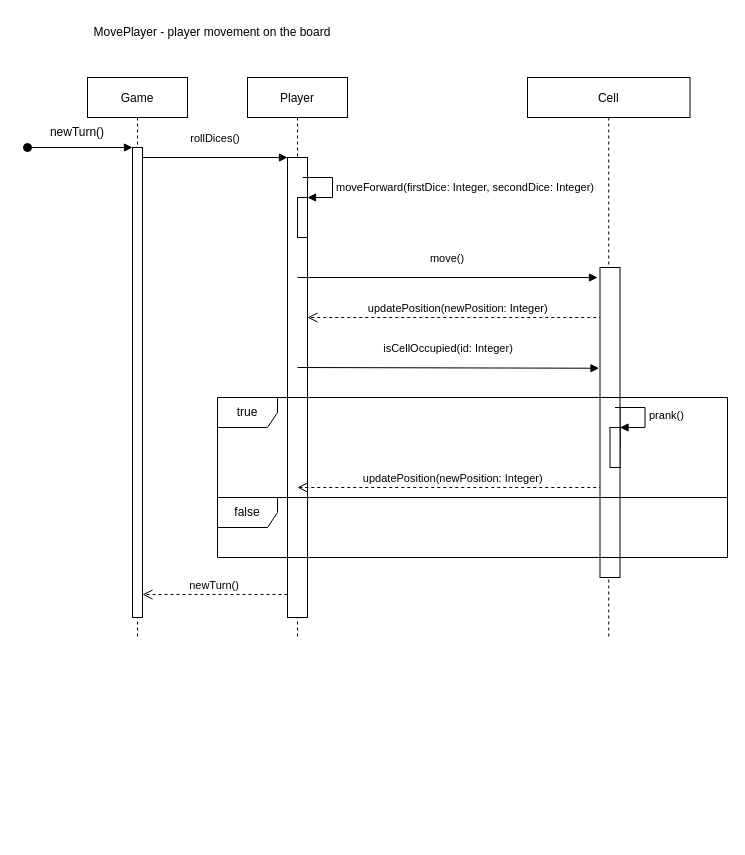
diegorodolfofranco/the-goose-game keeps this draw.io diagram as Diagrams/Sequence Diagrams/TheGooseGame_SD_movePlayer.drawio. Above is the earlier version. Source tidied: cells renumbered, new cells numbered last; positions are measured from the earlier drawing's top-left corner, leaving out a move shared by most shapes. Both pictures are drawn from the tidied source at 100%, with x=0, y=0 at pixel (27, 17).
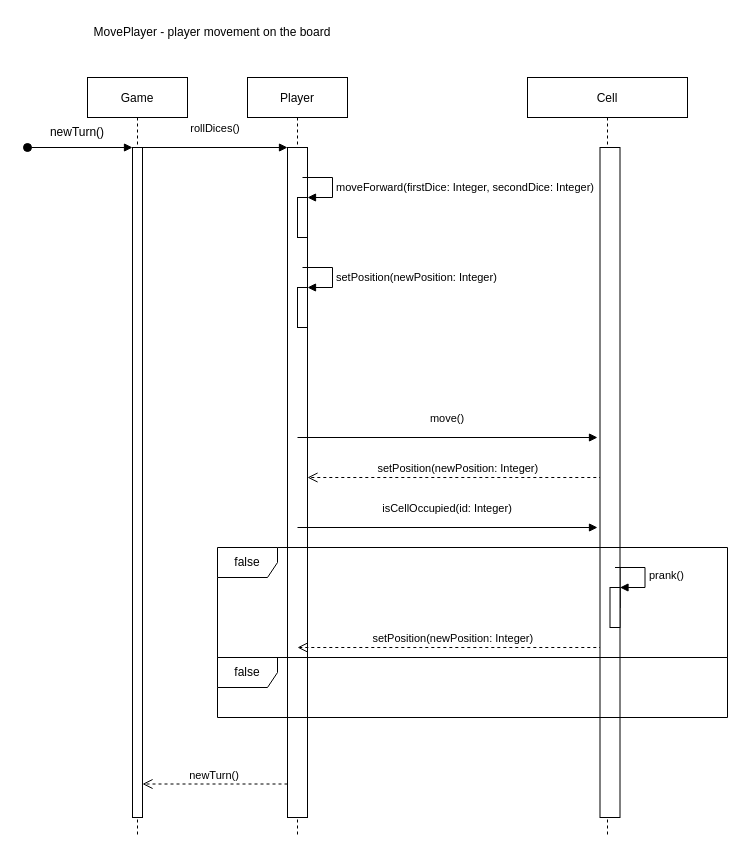
The same page after the edit.

The edit, as a diff of the source:
```diff
@@
     <mxCell id="2" value="Game" style="shape=umlLifeline;perimeter=lifelinePerimeter;rounded=0;shadow=0;strokeWidth=1;" parent="1" vertex="1">
-      <mxGeometry x="60" y="60" width="100" height="560" as="geometry" />
+      <mxGeometry x="60" y="60" width="100" height="760" as="geometry" />
     </mxCell>
     <mxCell id="3" style="points=[];perimeter=orthogonalPerimeter;rounded=0;shadow=0;strokeWidth=1;" parent="2" vertex="1">
-      <mxGeometry x="45" y="70" width="10" height="470" as="geometry" />
+      <mxGeometry x="45" y="70" width="10" height="670" as="geometry" />
     </mxCell>
@@
     <mxCell id="6" value="Player" style="shape=umlLifeline;perimeter=lifelinePerimeter;rounded=0;shadow=0;strokeWidth=1;" parent="1" vertex="1">
-      <mxGeometry x="220" y="60" width="100" height="560" as="geometry" />
+      <mxGeometry x="220" y="60" width="100" height="760" as="geometry" />
     </mxCell>
     <mxCell id="7" style="points=[];perimeter=orthogonalPerimeter;rounded=0;shadow=0;strokeWidth=1;" parent="6" vertex="1">
-      <mxGeometry x="40" y="80" width="20" height="460" as="geometry" />
+      <mxGeometry x="40" y="70" width="20" height="670" as="geometry" />
     </mxCell>
@@
-    <mxCell id="10" value="updatePosition(newPosition: Integer)" style="verticalAlign=bottom;endArrow=open;dashed=1;endSize=8;shadow=0;strokeWidth=1;" parent="6" edge="1" source="17">
+    <mxCell id="10" value="setPosition(newPosition: Integer)" style="verticalAlign=bottom;endArrow=open;dashed=1;endSize=8;shadow=0;strokeWidth=1;" parent="6" edge="1">
       <mxGeometry relative="1" as="geometry">
-        <mxPoint x="60" y="240" as="targetPoint" />
+        <mxPoint x="360.8" y="400" as="sourcePoint" />
+        <mxPoint x="60" y="400" as="targetPoint" />
       </mxGeometry>
     </mxCell>
     <mxCell id="11" style="html=1;perimeter=orthogonalPerimeter;" parent="6" vertex="1">
-      <mxGeometry x="362.5" y="330" width="10" height="40" as="geometry" />
+      <mxGeometry x="362.5" y="490" width="10" height="40" as="geometry" />
     </mxCell>
-    <mxCell id="12" value="updatePosition(newPosition: Integer)" style="verticalAlign=bottom;endArrow=open;dashed=1;endSize=8;shadow=0;strokeWidth=1;" parent="6" edge="1" source="17">
+    <mxCell id="12" value="setPosition(newPosition: Integer)" style="verticalAlign=bottom;endArrow=open;dashed=1;endSize=8;shadow=0;strokeWidth=1;" parent="6" edge="1">
       <mxGeometry relative="1" as="geometry">
-        <mxPoint x="50" y="410" as="targetPoint" />
+        <mxPoint x="360.8" y="570" as="sourcePoint" />
+        <mxPoint x="50" y="570" as="targetPoint" />
       </mxGeometry>
     </mxCell>
-    <mxCell id="13" value="isCellOccupied(id: Integer)" style="verticalAlign=bottom;endArrow=block;shadow=0;strokeWidth=1;entryX=-0.05;entryY=0.325;entryDx=0;entryDy=0;entryPerimeter=0;" parent="6" edge="1" target="18">
+    <mxCell id="13" value="isCellOccupied(id: Integer)" style="verticalAlign=bottom;endArrow=block;shadow=0;strokeWidth=1;" parent="6" edge="1">
       <mxGeometry y="10" relative="1" as="geometry">
-        <mxPoint x="50" y="290" as="sourcePoint" />
+        <mxPoint x="50" y="450" as="sourcePoint" />
+        <mxPoint x="350" y="450" as="targetPoint" />
       </mxGeometry>
     </mxCell>
+    <mxCell id="24" style="html=1;points=[];perimeter=orthogonalPerimeter;" parent="6" vertex="1">
+      <mxGeometry x="50" y="210" width="10" height="40" as="geometry" />
+    </mxCell>
+    <mxCell id="25" value="setPosition(newPosition: Integer)" style="edgeStyle=orthogonalEdgeStyle;html=1;align=left;spacingLeft=2;endArrow=block;rounded=0;entryX=1;entryY=0;" parent="6" edge="1" target="24">
+      <mxGeometry x="0.07" relative="1" as="geometry">
+        <mxPoint x="55" y="190" as="sourcePoint" />
+        <Array as="points">
+          <mxPoint x="85" y="190" />
+        </Array>
+      </mxGeometry>
+    </mxCell>
@@
     <mxCell id="17" value="Cell" style="shape=umlLifeline;perimeter=lifelinePerimeter;rounded=0;shadow=0;strokeWidth=1;" parent="1" vertex="1">
-      <mxGeometry x="500" y="60" width="162.5" height="560" as="geometry" />
+      <mxGeometry x="500" y="60" width="160" height="760" as="geometry" />
     </mxCell>
     <mxCell id="18" style="points=[];perimeter=orthogonalPerimeter;rounded=0;shadow=0;strokeWidth=1;" parent="1" vertex="1">
-      <mxGeometry x="572.5" y="250" width="20" height="310" as="geometry" />
+      <mxGeometry x="572.5" y="130" width="20" height="670" as="geometry" />
     </mxCell>
     <mxCell id="19" value="move()" style="verticalAlign=bottom;endArrow=block;shadow=0;strokeWidth=1;" parent="1" edge="1">
       <mxGeometry y="10" relative="1" as="geometry">
-        <mxPoint x="270" y="260" as="sourcePoint" />
-        <mxPoint x="570" y="260" as="targetPoint" />
+        <mxPoint x="270" y="420" as="sourcePoint" />
+        <mxPoint x="570" y="420" as="targetPoint" />
       </mxGeometry>
     </mxCell>
     <mxCell id="20" style="html=1;points=[];perimeter=orthogonalPerimeter;" parent="1" vertex="1">
-      <mxGeometry x="582.5" y="410" width="10" height="40" as="geometry" />
+      <mxGeometry x="582.5" y="570" width="10" height="40" as="geometry" />
     </mxCell>
     <mxCell id="21" value="prank()" style="edgeStyle=orthogonalEdgeStyle;html=1;align=left;spacingLeft=2;endArrow=block;rounded=0;entryX=1;entryY=0;" parent="1" edge="1" target="20">
       <mxGeometry relative="1" as="geometry">
-        <mxPoint x="587.5" y="390" as="sourcePoint" />
+        <mxPoint x="587.5" y="550" as="sourcePoint" />
         <Array as="points">
-          <mxPoint x="617.5" y="390" />
+          <mxPoint x="617.5" y="550" />
         </Array>
       </mxGeometry>
     </mxCell>
     <mxCell id="22" value="false" style="shape=umlFrame;whiteSpace=wrap;html=1;" parent="1" vertex="1">
-      <mxGeometry x="190" y="480" width="510" height="60" as="geometry" />
+      <mxGeometry x="190" y="640" width="510" height="60" as="geometry" />
     </mxCell>
-    <mxCell id="23" value="true" style="shape=umlFrame;whiteSpace=wrap;html=1;" parent="1" vertex="1">
-      <mxGeometry x="190" y="380" width="510" height="100" as="geometry" />
-    </mxCell>
+    <mxCell id="26" value="false" style="shape=umlFrame;whiteSpace=wrap;html=1;" parent="1" vertex="1">
+      <mxGeometry x="190" y="530" width="510" height="110" as="geometry" />
+    </mxCell>
```
